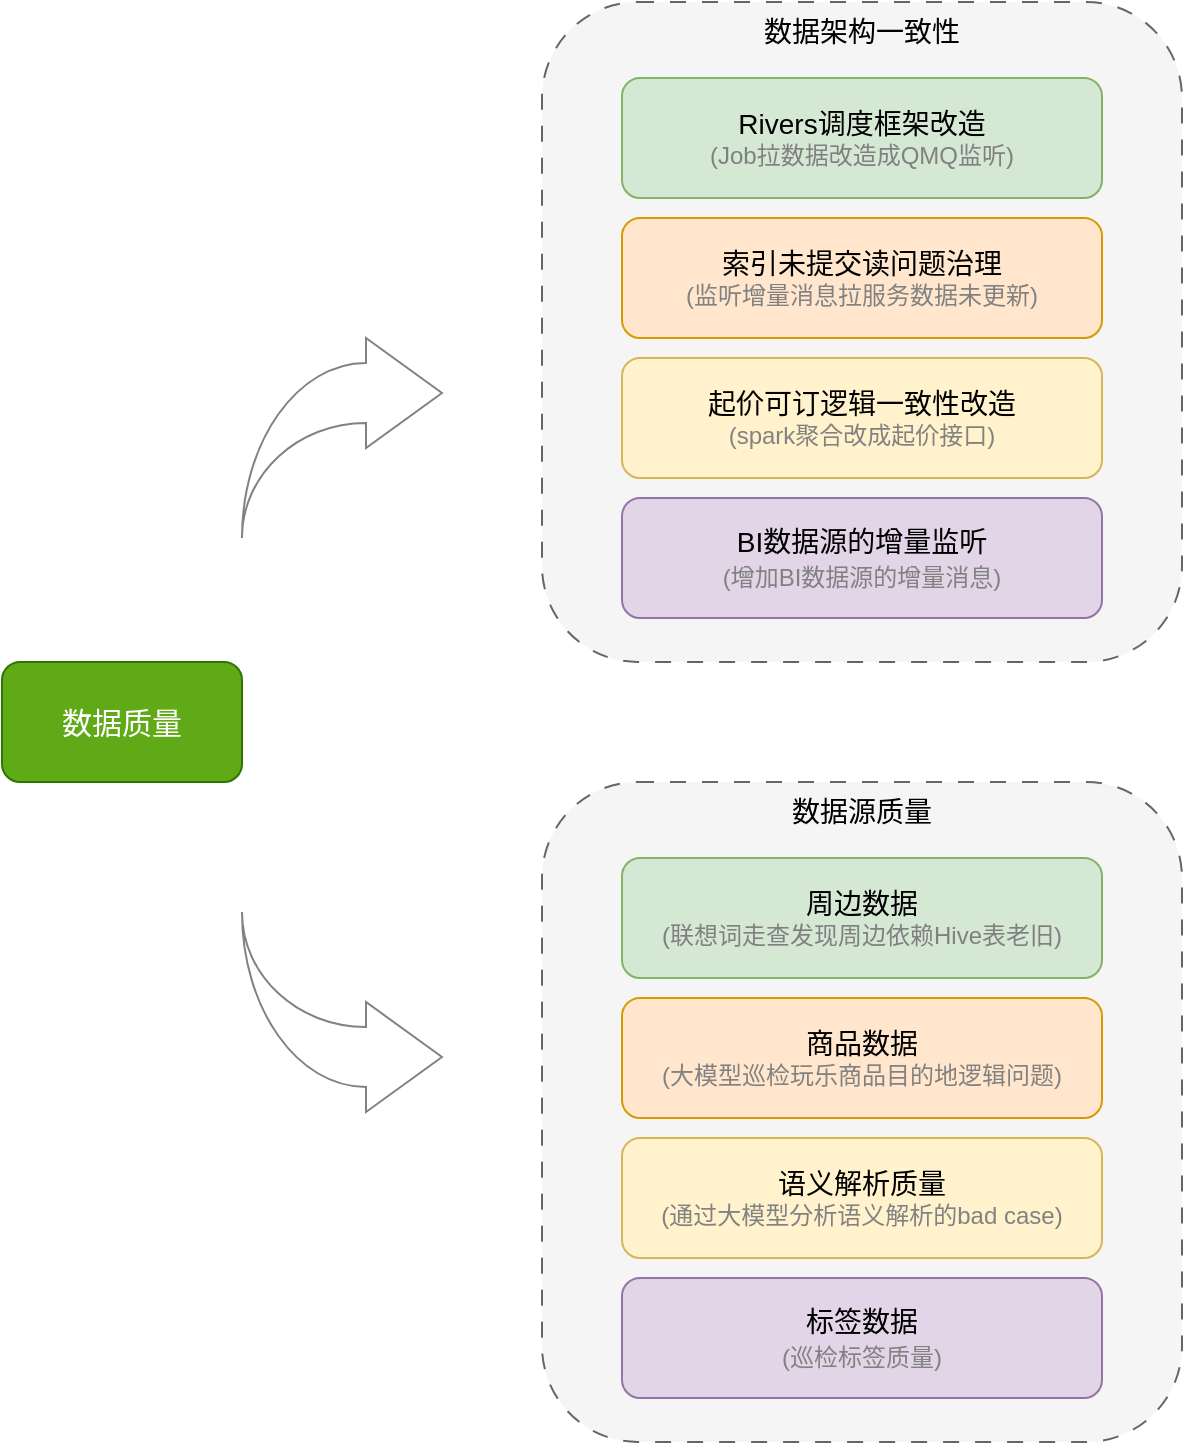
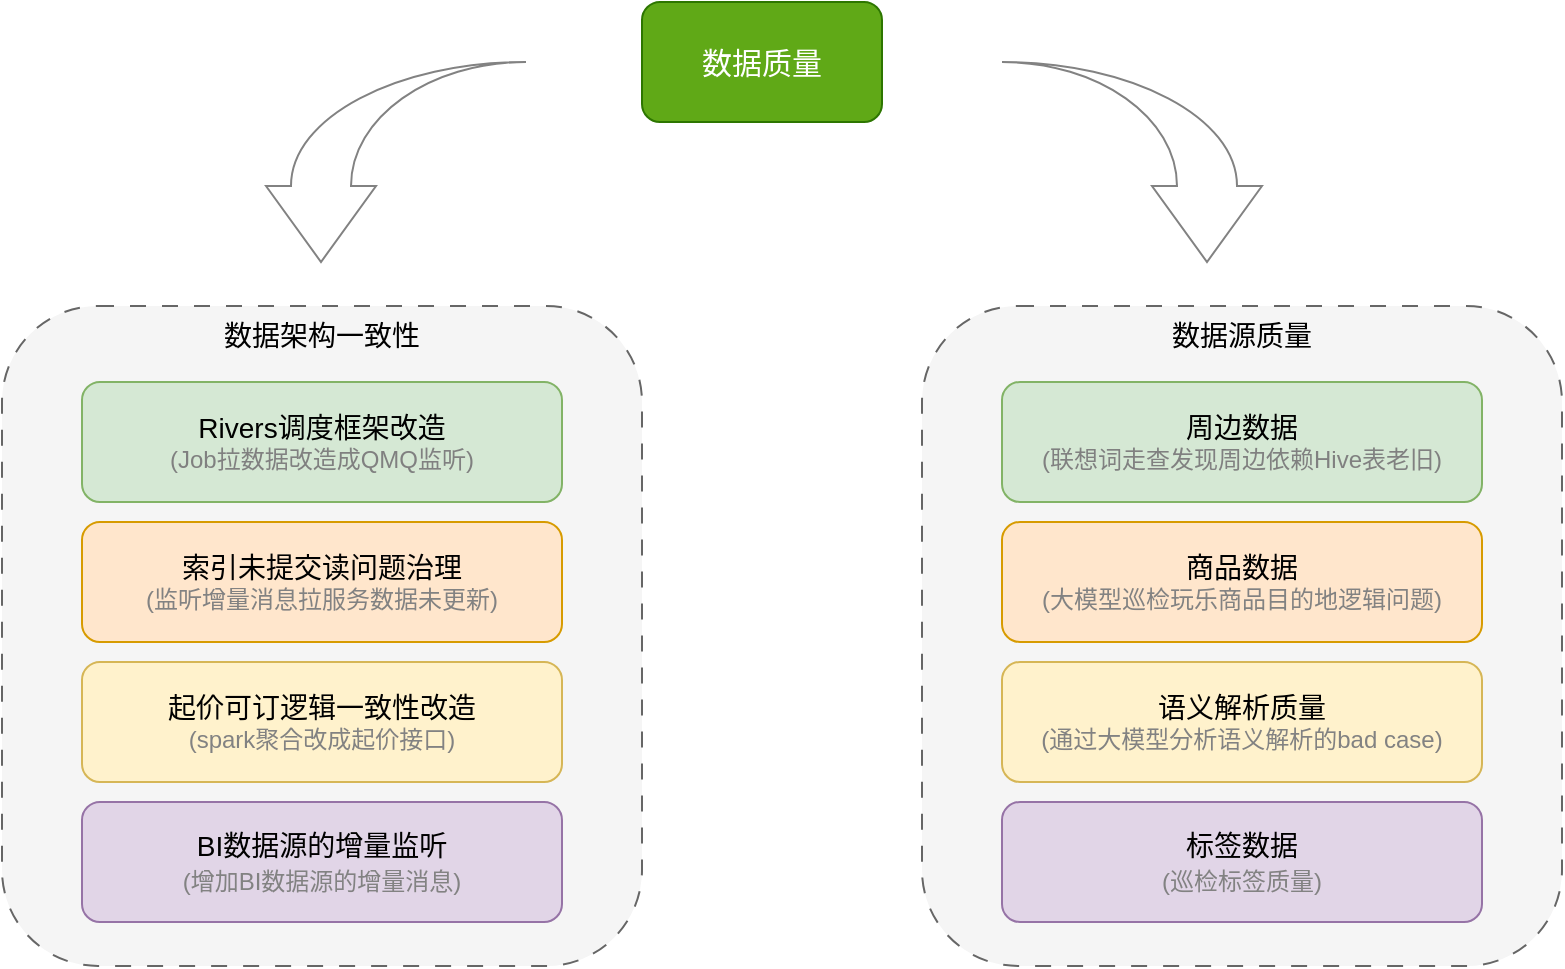
<mxfile host="app.diagrams.net">
  <diagram name="第 1 页" id="GW5pIs5veht1JAp7KkI_">
    <mxGraphModel dx="1414" dy="743" grid="1" gridSize="10" guides="1" tooltips="1" connect="1" arrows="1" fold="1" page="1" pageScale="1" pageWidth="827" pageHeight="1169" math="0" shadow="0">
      <root>
        <mxCell id="0" />
        <mxCell id="1" parent="0" />
        <mxCell id="wTcDe9Maki3rzC6nWKls-1" parent="1" style="rounded=1;whiteSpace=wrap;html=1;fillColor=#60a917;strokeColor=#2D7600;fontColor=#ffffff;" value="&lt;font style=&quot;font-size: 15px;&quot;&gt;数据质量&lt;/font&gt;" vertex="1">
-           <mxGeometry height="60" width="120" x="50" y="360" as="geometry" />
+           <mxGeometry height="60" width="120" x="600" y="178" as="geometry" />
        </mxCell>
        <mxCell id="wTcDe9Maki3rzC6nWKls-2" parent="1" style="rounded=1;whiteSpace=wrap;html=1;dashed=1;dashPattern=8 8;fillColor=#f5f5f5;fontColor=#333333;strokeColor=#666666;" value="" vertex="1">
-           <mxGeometry height="330" width="320" x="320" y="30" as="geometry" />
+           <mxGeometry height="330" width="320" x="280" y="330" as="geometry" />
        </mxCell>
        <mxCell id="tlZWuGnZ34qc-_XEAHlx-2" parent="1" style="rounded=1;whiteSpace=wrap;html=1;fillColor=#d5e8d4;strokeColor=#82b366;" value="&lt;font style=&quot;font-size: 14px;&quot;&gt;Rivers调度框架改造&lt;/font&gt;&lt;div&gt;&lt;span style=&quot;color: light-dark(rgb(128, 128, 128), rgb(255, 255, 255));&quot;&gt;(Job拉数据&lt;span style=&quot;background-color: transparent;&quot;&gt;改造成QMQ监听)&lt;/span&gt;&lt;/span&gt;&lt;/div&gt;" vertex="1">
-           <mxGeometry height="60" width="240" x="360" y="68" as="geometry" />
+           <mxGeometry height="60" width="240" x="320" y="368" as="geometry" />
        </mxCell>
        <mxCell id="tlZWuGnZ34qc-_XEAHlx-3" parent="1" style="rounded=1;whiteSpace=wrap;html=1;fillColor=#ffe6cc;strokeColor=#d79b00;" value="&lt;div data-page-id=&quot;RyA2dkQfAo6vjfxjHSMc7yh9nOb&quot; data-lark-html-role=&quot;root&quot; data-docx-has-block-data=&quot;false&quot;&gt;&lt;div class=&quot;old-record-id-T3LcdIdbMojNDJxLqQOcARHGnTf&quot;&gt;&lt;font style=&quot;font-size: 14px;&quot;&gt;索引未提交读问题治理&lt;/font&gt;&lt;/div&gt;&lt;div class=&quot;old-record-id-T3LcdIdbMojNDJxLqQOcARHGnTf&quot;&gt;&lt;font style=&quot;color: rgb(130, 130, 130);&quot;&gt;(监听增量消息拉服务数据未更新)&lt;/font&gt;&lt;/div&gt;&lt;/div&gt;&lt;span data-lark-record-data=&quot;{&amp;quot;rootId&amp;quot;:&amp;quot;RyA2dkQfAo6vjfxjHSMc7yh9nOb&amp;quot;,&amp;quot;text&amp;quot;:{&amp;quot;initialAttributedTexts&amp;quot;:{&amp;quot;text&amp;quot;:{&amp;quot;0&amp;quot;:&amp;quot;索引未提交读问题治理&amp;quot;},&amp;quot;attribs&amp;quot;:{&amp;quot;0&amp;quot;:&amp;quot;*0+a&amp;quot;}},&amp;quot;apool&amp;quot;:{&amp;quot;numToAttrib&amp;quot;:{&amp;quot;0&amp;quot;:[&amp;quot;author&amp;quot;,&amp;quot;7514862704348151811&amp;quot;]},&amp;quot;nextNum&amp;quot;:1}},&amp;quot;type&amp;quot;:&amp;quot;text&amp;quot;,&amp;quot;referenceRecordMap&amp;quot;:{},&amp;quot;extra&amp;quot;:{&amp;quot;channel&amp;quot;:&amp;quot;saas&amp;quot;,&amp;quot;isEqualBlockSelection&amp;quot;:false,&amp;quot;pasteRandomId&amp;quot;:&amp;quot;af7d7ebb-5849-4b27-9374-e3078228d6c2&amp;quot;,&amp;quot;mention_page_title&amp;quot;:{},&amp;quot;external_mention_url&amp;quot;:{}},&amp;quot;isKeepQuoteContainer&amp;quot;:false,&amp;quot;isFromCode&amp;quot;:false,&amp;quot;selection&amp;quot;:[{&amp;quot;id&amp;quot;:904,&amp;quot;type&amp;quot;:&amp;quot;text&amp;quot;,&amp;quot;selection&amp;quot;:{&amp;quot;start&amp;quot;:0,&amp;quot;end&amp;quot;:10},&amp;quot;recordId&amp;quot;:&amp;quot;T3LcdIdbMojNDJxLqQOcARHGnTf&amp;quot;}],&amp;quot;payloadMap&amp;quot;:{},&amp;quot;isCut&amp;quot;:false}&quot; data-lark-record-format=&quot;docx/text&quot; class=&quot;lark-record-clipboard&quot;&gt;&lt;/span&gt;" vertex="1">
-           <mxGeometry height="60" width="240" x="360" y="138" as="geometry" />
+           <mxGeometry height="60" width="240" x="320" y="438" as="geometry" />
        </mxCell>
        <mxCell id="tlZWuGnZ34qc-_XEAHlx-4" parent="1" style="rounded=1;whiteSpace=wrap;html=1;fillColor=#fff2cc;strokeColor=#d6b656;" value="&lt;div data-page-id=&quot;RyA2dkQfAo6vjfxjHSMc7yh9nOb&quot; data-lark-html-role=&quot;root&quot; data-docx-has-block-data=&quot;false&quot;&gt;&lt;div class=&quot;old-record-id-T3LcdIdbMojNDJxLqQOcARHGnTf&quot;&gt;&lt;span style=&quot;background-color: transparent; color: light-dark(rgb(0, 0, 0), rgb(255, 255, 255));&quot;&gt;&lt;span style=&quot;font-size: 14px;&quot;&gt;起价可订逻辑一致性改造&lt;/span&gt;&lt;/span&gt;&lt;/div&gt;&lt;div class=&quot;old-record-id-T3LcdIdbMojNDJxLqQOcARHGnTf&quot;&gt;&lt;span style=&quot;background-color: transparent; color: light-dark(rgb(130, 130, 130), rgb(255, 255, 255));&quot;&gt;(spark聚合改成起价接口)&lt;/span&gt;&lt;/div&gt;&lt;/div&gt;&lt;span data-lark-record-data=&quot;{&amp;quot;rootId&amp;quot;:&amp;quot;RyA2dkQfAo6vjfxjHSMc7yh9nOb&amp;quot;,&amp;quot;text&amp;quot;:{&amp;quot;initialAttributedTexts&amp;quot;:{&amp;quot;text&amp;quot;:{&amp;quot;0&amp;quot;:&amp;quot;索引未提交读问题治理&amp;quot;},&amp;quot;attribs&amp;quot;:{&amp;quot;0&amp;quot;:&amp;quot;*0+a&amp;quot;}},&amp;quot;apool&amp;quot;:{&amp;quot;numToAttrib&amp;quot;:{&amp;quot;0&amp;quot;:[&amp;quot;author&amp;quot;,&amp;quot;7514862704348151811&amp;quot;]},&amp;quot;nextNum&amp;quot;:1}},&amp;quot;type&amp;quot;:&amp;quot;text&amp;quot;,&amp;quot;referenceRecordMap&amp;quot;:{},&amp;quot;extra&amp;quot;:{&amp;quot;channel&amp;quot;:&amp;quot;saas&amp;quot;,&amp;quot;isEqualBlockSelection&amp;quot;:false,&amp;quot;pasteRandomId&amp;quot;:&amp;quot;af7d7ebb-5849-4b27-9374-e3078228d6c2&amp;quot;,&amp;quot;mention_page_title&amp;quot;:{},&amp;quot;external_mention_url&amp;quot;:{}},&amp;quot;isKeepQuoteContainer&amp;quot;:false,&amp;quot;isFromCode&amp;quot;:false,&amp;quot;selection&amp;quot;:[{&amp;quot;id&amp;quot;:904,&amp;quot;type&amp;quot;:&amp;quot;text&amp;quot;,&amp;quot;selection&amp;quot;:{&amp;quot;start&amp;quot;:0,&amp;quot;end&amp;quot;:10},&amp;quot;recordId&amp;quot;:&amp;quot;T3LcdIdbMojNDJxLqQOcARHGnTf&amp;quot;}],&amp;quot;payloadMap&amp;quot;:{},&amp;quot;isCut&amp;quot;:false}&quot; data-lark-record-format=&quot;docx/text&quot; class=&quot;lark-record-clipboard&quot;&gt;&lt;/span&gt;" vertex="1">
-           <mxGeometry height="60" width="240" x="360" y="208" as="geometry" />
+           <mxGeometry height="60" width="240" x="320" y="508" as="geometry" />
        </mxCell>
        <mxCell id="tlZWuGnZ34qc-_XEAHlx-5" parent="1" style="rounded=1;whiteSpace=wrap;html=1;fillColor=#e1d5e7;strokeColor=#9673a6;" value="&lt;div data-page-id=&quot;RyA2dkQfAo6vjfxjHSMc7yh9nOb&quot; data-lark-html-role=&quot;root&quot; data-docx-has-block-data=&quot;false&quot;&gt;&lt;div class=&quot;old-record-id-T3LcdIdbMojNDJxLqQOcARHGnTf&quot;&gt;&lt;font style=&quot;font-size: 14px;&quot;&gt;BI数据源的增量监听&lt;/font&gt;&lt;/div&gt;&lt;div class=&quot;old-record-id-T3LcdIdbMojNDJxLqQOcARHGnTf&quot;&gt;&lt;font style=&quot;font-size: 14px;&quot;&gt;&lt;span style=&quot;font-size: 12px; color: rgb(130, 130, 130);&quot;&gt;(增加BI数据源的增量消息)&lt;/span&gt;&lt;/font&gt;&lt;/div&gt;&lt;/div&gt;&lt;span data-lark-record-data=&quot;{&amp;quot;rootId&amp;quot;:&amp;quot;RyA2dkQfAo6vjfxjHSMc7yh9nOb&amp;quot;,&amp;quot;text&amp;quot;:{&amp;quot;initialAttributedTexts&amp;quot;:{&amp;quot;text&amp;quot;:{&amp;quot;0&amp;quot;:&amp;quot;索引未提交读问题治理&amp;quot;},&amp;quot;attribs&amp;quot;:{&amp;quot;0&amp;quot;:&amp;quot;*0+a&amp;quot;}},&amp;quot;apool&amp;quot;:{&amp;quot;numToAttrib&amp;quot;:{&amp;quot;0&amp;quot;:[&amp;quot;author&amp;quot;,&amp;quot;7514862704348151811&amp;quot;]},&amp;quot;nextNum&amp;quot;:1}},&amp;quot;type&amp;quot;:&amp;quot;text&amp;quot;,&amp;quot;referenceRecordMap&amp;quot;:{},&amp;quot;extra&amp;quot;:{&amp;quot;channel&amp;quot;:&amp;quot;saas&amp;quot;,&amp;quot;isEqualBlockSelection&amp;quot;:false,&amp;quot;pasteRandomId&amp;quot;:&amp;quot;af7d7ebb-5849-4b27-9374-e3078228d6c2&amp;quot;,&amp;quot;mention_page_title&amp;quot;:{},&amp;quot;external_mention_url&amp;quot;:{}},&amp;quot;isKeepQuoteContainer&amp;quot;:false,&amp;quot;isFromCode&amp;quot;:false,&amp;quot;selection&amp;quot;:[{&amp;quot;id&amp;quot;:904,&amp;quot;type&amp;quot;:&amp;quot;text&amp;quot;,&amp;quot;selection&amp;quot;:{&amp;quot;start&amp;quot;:0,&amp;quot;end&amp;quot;:10},&amp;quot;recordId&amp;quot;:&amp;quot;T3LcdIdbMojNDJxLqQOcARHGnTf&amp;quot;}],&amp;quot;payloadMap&amp;quot;:{},&amp;quot;isCut&amp;quot;:false}&quot; data-lark-record-format=&quot;docx/text&quot; class=&quot;lark-record-clipboard&quot;&gt;&lt;/span&gt;" vertex="1">
-           <mxGeometry height="60" width="240" x="360" y="278" as="geometry" />
+           <mxGeometry height="60" width="240" x="320" y="578" as="geometry" />
        </mxCell>
        <mxCell id="tlZWuGnZ34qc-_XEAHlx-6" parent="1" style="text;html=1;whiteSpace=wrap;strokeColor=none;fillColor=none;align=center;verticalAlign=middle;rounded=0;fontSize=14;" value="数据架构一致性" vertex="1">
-           <mxGeometry height="30" width="100" x="430" y="30" as="geometry" />
+           <mxGeometry height="30" width="100" x="390" y="330" as="geometry" />
        </mxCell>
        <mxCell id="tlZWuGnZ34qc-_XEAHlx-7" parent="1" style="rounded=1;whiteSpace=wrap;html=1;dashed=1;dashPattern=8 8;fillColor=#f5f5f5;fontColor=#333333;strokeColor=#666666;" value="" vertex="1">
-           <mxGeometry height="330" width="320" x="320" y="420" as="geometry" />
+           <mxGeometry height="330" width="320" x="740" y="330" as="geometry" />
        </mxCell>
        <mxCell id="tlZWuGnZ34qc-_XEAHlx-8" parent="1" style="rounded=1;whiteSpace=wrap;html=1;fillColor=#d5e8d4;strokeColor=#82b366;" value="&lt;font style=&quot;font-size: 14px;&quot;&gt;周边数据&lt;/font&gt;&lt;div&gt;&lt;span style=&quot;color: light-dark(rgb(128, 128, 128), rgb(255, 255, 255));&quot;&gt;(联想词走查发现周边依赖Hive表老旧&lt;span style=&quot;background-color: transparent;&quot;&gt;)&lt;/span&gt;&lt;/span&gt;&lt;/div&gt;" vertex="1">
-           <mxGeometry height="60" width="240" x="360" y="458" as="geometry" />
+           <mxGeometry height="60" width="240" x="780" y="368" as="geometry" />
        </mxCell>
        <mxCell id="tlZWuGnZ34qc-_XEAHlx-9" parent="1" style="rounded=1;whiteSpace=wrap;html=1;fillColor=#ffe6cc;strokeColor=#d79b00;" value="&lt;div data-page-id=&quot;RyA2dkQfAo6vjfxjHSMc7yh9nOb&quot; data-lark-html-role=&quot;root&quot; data-docx-has-block-data=&quot;false&quot;&gt;&lt;div class=&quot;old-record-id-T3LcdIdbMojNDJxLqQOcARHGnTf&quot;&gt;&lt;font style=&quot;font-size: 14px;&quot;&gt;商品数据&lt;/font&gt;&lt;/div&gt;&lt;div class=&quot;old-record-id-T3LcdIdbMojNDJxLqQOcARHGnTf&quot;&gt;&lt;font style=&quot;color: rgb(130, 130, 130);&quot;&gt;(大模型巡检玩乐商品目的地逻辑问题)&lt;/font&gt;&lt;/div&gt;&lt;/div&gt;&lt;span data-lark-record-data=&quot;{&amp;quot;rootId&amp;quot;:&amp;quot;RyA2dkQfAo6vjfxjHSMc7yh9nOb&amp;quot;,&amp;quot;text&amp;quot;:{&amp;quot;initialAttributedTexts&amp;quot;:{&amp;quot;text&amp;quot;:{&amp;quot;0&amp;quot;:&amp;quot;索引未提交读问题治理&amp;quot;},&amp;quot;attribs&amp;quot;:{&amp;quot;0&amp;quot;:&amp;quot;*0+a&amp;quot;}},&amp;quot;apool&amp;quot;:{&amp;quot;numToAttrib&amp;quot;:{&amp;quot;0&amp;quot;:[&amp;quot;author&amp;quot;,&amp;quot;7514862704348151811&amp;quot;]},&amp;quot;nextNum&amp;quot;:1}},&amp;quot;type&amp;quot;:&amp;quot;text&amp;quot;,&amp;quot;referenceRecordMap&amp;quot;:{},&amp;quot;extra&amp;quot;:{&amp;quot;channel&amp;quot;:&amp;quot;saas&amp;quot;,&amp;quot;isEqualBlockSelection&amp;quot;:false,&amp;quot;pasteRandomId&amp;quot;:&amp;quot;af7d7ebb-5849-4b27-9374-e3078228d6c2&amp;quot;,&amp;quot;mention_page_title&amp;quot;:{},&amp;quot;external_mention_url&amp;quot;:{}},&amp;quot;isKeepQuoteContainer&amp;quot;:false,&amp;quot;isFromCode&amp;quot;:false,&amp;quot;selection&amp;quot;:[{&amp;quot;id&amp;quot;:904,&amp;quot;type&amp;quot;:&amp;quot;text&amp;quot;,&amp;quot;selection&amp;quot;:{&amp;quot;start&amp;quot;:0,&amp;quot;end&amp;quot;:10},&amp;quot;recordId&amp;quot;:&amp;quot;T3LcdIdbMojNDJxLqQOcARHGnTf&amp;quot;}],&amp;quot;payloadMap&amp;quot;:{},&amp;quot;isCut&amp;quot;:false}&quot; data-lark-record-format=&quot;docx/text&quot; class=&quot;lark-record-clipboard&quot;&gt;&lt;/span&gt;" vertex="1">
-           <mxGeometry height="60" width="240" x="360" y="528" as="geometry" />
+           <mxGeometry height="60" width="240" x="780" y="438" as="geometry" />
        </mxCell>
        <mxCell id="tlZWuGnZ34qc-_XEAHlx-10" parent="1" style="rounded=1;whiteSpace=wrap;html=1;fillColor=#fff2cc;strokeColor=#d6b656;" value="&lt;div data-page-id=&quot;RyA2dkQfAo6vjfxjHSMc7yh9nOb&quot; data-lark-html-role=&quot;root&quot; data-docx-has-block-data=&quot;false&quot;&gt;&lt;div class=&quot;old-record-id-T3LcdIdbMojNDJxLqQOcARHGnTf&quot;&gt;&lt;span style=&quot;font-size: 14px;&quot;&gt;语义解析质量&lt;/span&gt;&lt;/div&gt;&lt;div class=&quot;old-record-id-T3LcdIdbMojNDJxLqQOcARHGnTf&quot;&gt;&lt;span style=&quot;background-color: transparent; color: light-dark(rgb(130, 130, 130), rgb(255, 255, 255));&quot;&gt;(通过大模型分析语义解析的bad case)&lt;/span&gt;&lt;/div&gt;&lt;/div&gt;&lt;span data-lark-record-data=&quot;{&amp;quot;rootId&amp;quot;:&amp;quot;RyA2dkQfAo6vjfxjHSMc7yh9nOb&amp;quot;,&amp;quot;text&amp;quot;:{&amp;quot;initialAttributedTexts&amp;quot;:{&amp;quot;text&amp;quot;:{&amp;quot;0&amp;quot;:&amp;quot;索引未提交读问题治理&amp;quot;},&amp;quot;attribs&amp;quot;:{&amp;quot;0&amp;quot;:&amp;quot;*0+a&amp;quot;}},&amp;quot;apool&amp;quot;:{&amp;quot;numToAttrib&amp;quot;:{&amp;quot;0&amp;quot;:[&amp;quot;author&amp;quot;,&amp;quot;7514862704348151811&amp;quot;]},&amp;quot;nextNum&amp;quot;:1}},&amp;quot;type&amp;quot;:&amp;quot;text&amp;quot;,&amp;quot;referenceRecordMap&amp;quot;:{},&amp;quot;extra&amp;quot;:{&amp;quot;channel&amp;quot;:&amp;quot;saas&amp;quot;,&amp;quot;isEqualBlockSelection&amp;quot;:false,&amp;quot;pasteRandomId&amp;quot;:&amp;quot;af7d7ebb-5849-4b27-9374-e3078228d6c2&amp;quot;,&amp;quot;mention_page_title&amp;quot;:{},&amp;quot;external_mention_url&amp;quot;:{}},&amp;quot;isKeepQuoteContainer&amp;quot;:false,&amp;quot;isFromCode&amp;quot;:false,&amp;quot;selection&amp;quot;:[{&amp;quot;id&amp;quot;:904,&amp;quot;type&amp;quot;:&amp;quot;text&amp;quot;,&amp;quot;selection&amp;quot;:{&amp;quot;start&amp;quot;:0,&amp;quot;end&amp;quot;:10},&amp;quot;recordId&amp;quot;:&amp;quot;T3LcdIdbMojNDJxLqQOcARHGnTf&amp;quot;}],&amp;quot;payloadMap&amp;quot;:{},&amp;quot;isCut&amp;quot;:false}&quot; data-lark-record-format=&quot;docx/text&quot; class=&quot;lark-record-clipboard&quot;&gt;&lt;/span&gt;" vertex="1">
-           <mxGeometry height="60" width="240" x="360" y="598" as="geometry" />
+           <mxGeometry height="60" width="240" x="780" y="508" as="geometry" />
        </mxCell>
        <mxCell id="tlZWuGnZ34qc-_XEAHlx-11" parent="1" style="rounded=1;whiteSpace=wrap;html=1;fillColor=#e1d5e7;strokeColor=#9673a6;" value="&lt;div data-page-id=&quot;RyA2dkQfAo6vjfxjHSMc7yh9nOb&quot; data-lark-html-role=&quot;root&quot; data-docx-has-block-data=&quot;false&quot;&gt;&lt;div class=&quot;old-record-id-T3LcdIdbMojNDJxLqQOcARHGnTf&quot;&gt;&lt;font style=&quot;font-size: 14px;&quot;&gt;标签数据&lt;/font&gt;&lt;/div&gt;&lt;div class=&quot;old-record-id-T3LcdIdbMojNDJxLqQOcARHGnTf&quot;&gt;&lt;font style=&quot;font-size: 14px;&quot;&gt;&lt;span style=&quot;font-size: 12px; color: rgb(130, 130, 130);&quot;&gt;(巡检标签质量)&lt;/span&gt;&lt;/font&gt;&lt;/div&gt;&lt;/div&gt;&lt;span data-lark-record-data=&quot;{&amp;quot;rootId&amp;quot;:&amp;quot;RyA2dkQfAo6vjfxjHSMc7yh9nOb&amp;quot;,&amp;quot;text&amp;quot;:{&amp;quot;initialAttributedTexts&amp;quot;:{&amp;quot;text&amp;quot;:{&amp;quot;0&amp;quot;:&amp;quot;索引未提交读问题治理&amp;quot;},&amp;quot;attribs&amp;quot;:{&amp;quot;0&amp;quot;:&amp;quot;*0+a&amp;quot;}},&amp;quot;apool&amp;quot;:{&amp;quot;numToAttrib&amp;quot;:{&amp;quot;0&amp;quot;:[&amp;quot;author&amp;quot;,&amp;quot;7514862704348151811&amp;quot;]},&amp;quot;nextNum&amp;quot;:1}},&amp;quot;type&amp;quot;:&amp;quot;text&amp;quot;,&amp;quot;referenceRecordMap&amp;quot;:{},&amp;quot;extra&amp;quot;:{&amp;quot;channel&amp;quot;:&amp;quot;saas&amp;quot;,&amp;quot;isEqualBlockSelection&amp;quot;:false,&amp;quot;pasteRandomId&amp;quot;:&amp;quot;af7d7ebb-5849-4b27-9374-e3078228d6c2&amp;quot;,&amp;quot;mention_page_title&amp;quot;:{},&amp;quot;external_mention_url&amp;quot;:{}},&amp;quot;isKeepQuoteContainer&amp;quot;:false,&amp;quot;isFromCode&amp;quot;:false,&amp;quot;selection&amp;quot;:[{&amp;quot;id&amp;quot;:904,&amp;quot;type&amp;quot;:&amp;quot;text&amp;quot;,&amp;quot;selection&amp;quot;:{&amp;quot;start&amp;quot;:0,&amp;quot;end&amp;quot;:10},&amp;quot;recordId&amp;quot;:&amp;quot;T3LcdIdbMojNDJxLqQOcARHGnTf&amp;quot;}],&amp;quot;payloadMap&amp;quot;:{},&amp;quot;isCut&amp;quot;:false}&quot; data-lark-record-format=&quot;docx/text&quot; class=&quot;lark-record-clipboard&quot;&gt;&lt;/span&gt;" vertex="1">
-           <mxGeometry height="60" width="240" x="360" y="668" as="geometry" />
+           <mxGeometry height="60" width="240" x="780" y="578" as="geometry" />
        </mxCell>
        <mxCell id="tlZWuGnZ34qc-_XEAHlx-12" parent="1" style="text;html=1;whiteSpace=wrap;strokeColor=none;fillColor=none;align=center;verticalAlign=middle;rounded=0;fontSize=14;" value="数据源质量" vertex="1">
-           <mxGeometry height="30" width="100" x="430" y="420" as="geometry" />
+           <mxGeometry height="30" width="100" x="850" y="330" as="geometry" />
        </mxCell>
-         <mxCell id="tlZWuGnZ34qc-_XEAHlx-14" parent="1" style="html=1;shadow=0;dashed=0;align=center;verticalAlign=middle;shape=mxgraph.arrows2.jumpInArrow;dy=15;dx=38;arrowHead=55;strokeColor=#828282;" value="" vertex="1">
-           <mxGeometry height="100" width="100" x="170" y="198" as="geometry" />
+         <mxCell id="tlZWuGnZ34qc-_XEAHlx-14" parent="1" style="html=1;shadow=0;dashed=0;align=center;verticalAlign=middle;shape=mxgraph.arrows2.jumpInArrow;dy=15;dx=38;arrowHead=55;strokeColor=#828282;direction=south;" value="" vertex="1">
+           <mxGeometry height="100" width="130" x="780" y="208" as="geometry" />
        </mxCell>
-         <mxCell id="tlZWuGnZ34qc-_XEAHlx-17" parent="1" style="html=1;shadow=0;dashed=0;align=center;verticalAlign=middle;shape=mxgraph.arrows2.jumpInArrow;dy=15;dx=38;arrowHead=55;direction=east;flipV=1;legacyAnchorPoints=0;strokeColor=#828282;" value="" vertex="1">
-           <mxGeometry height="100" width="100" x="170" y="485" as="geometry" />
+         <mxCell id="tlZWuGnZ34qc-_XEAHlx-17" parent="1" style="html=1;shadow=0;dashed=0;align=center;verticalAlign=middle;shape=mxgraph.arrows2.jumpInArrow;dy=15;dx=38;arrowHead=55;direction=north;flipV=1;legacyAnchorPoints=0;strokeColor=#828282;" value="" vertex="1">
+           <mxGeometry height="100" width="130" x="412" y="208" as="geometry" />
        </mxCell>
      </root>
    </mxGraphModel>
  </diagram>
</mxfile>
